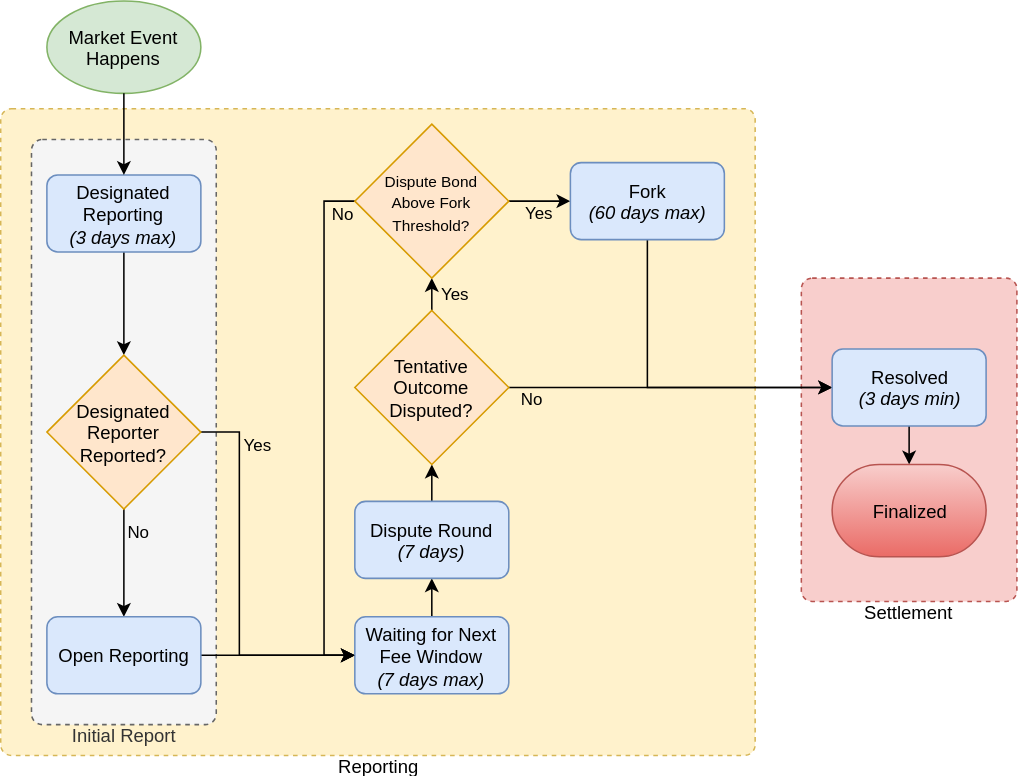
msagansk/Augur.Guide keeps this draw.io diagram as assets/images/Reporting Flowchart.svg. Above is the earlier version. Source tidied: cells renumbered, new cells last; positions are measured from the earlier drawing's top-left corner, leaving out a move shared by most shapes. Source of this version:
```xml
<mxGraphModel>
  <root>
    <mxCell id="0" />
    <mxCell id="1" parent="0" />
    <mxCell id="2" value="Settlement&lt;br&gt;" style="rounded=1;whiteSpace=wrap;html=1;absoluteArcSize=1;arcSize=14;strokeWidth=1;dashed=1;spacing=-5;fillColor=#f8cecc;strokeColor=#b85450;labelPosition=center;verticalLabelPosition=bottom;align=center;verticalAlign=top;" parent="1" vertex="1">
      <mxGeometry x="520" y="180" width="140" height="210" as="geometry" />
    </mxCell>
    <mxCell id="3" value="Market Event Happens" style="strokeWidth=1;html=1;shape=mxgraph.flowchart.start_1;whiteSpace=wrap;fillColor=#d5e8d4;strokeColor=#82b366;" parent="1" vertex="1">
      <mxGeometry x="30" width="100" height="60" as="geometry" />
    </mxCell>
    <mxCell id="4" value="Reporting" style="rounded=1;whiteSpace=wrap;html=1;absoluteArcSize=1;arcSize=14;strokeWidth=1;fillColor=#fff2cc;strokeColor=#d6b656;labelPosition=center;verticalLabelPosition=bottom;align=center;verticalAlign=top;dashed=1;spacing=-5;" parent="1" vertex="1">
      <mxGeometry y="70" width="490" height="420" as="geometry" />
    </mxCell>
    <mxCell id="5" value="Initial Report&lt;br&gt;" style="rounded=1;whiteSpace=wrap;html=1;absoluteArcSize=1;arcSize=14;strokeWidth=1;dashed=1;spacing=-5;fillColor=#f5f5f5;strokeColor=#666666;fontColor=#333333;labelPosition=center;verticalLabelPosition=bottom;align=center;verticalAlign=top;" parent="1" vertex="1">
      <mxGeometry x="20" y="90" width="120" height="380" as="geometry" />
    </mxCell>
    <mxCell id="6" style="edgeStyle=orthogonalEdgeStyle;rounded=0;jettySize=auto;html=1;exitX=0.5;exitY=1;exitDx=0;exitDy=0;entryX=0.5;entryY=0;entryDx=0;entryDy=0;entryPerimeter=0;strokeWidth=1;" parent="1" edge="1" source="7" target="11">
      <mxGeometry relative="1" as="geometry" />
    </mxCell>
    <mxCell id="7" value="Designated Reporting&lt;br&gt;&lt;i&gt;(3 days max)&lt;/i&gt;&lt;br&gt;" style="rounded=1;whiteSpace=wrap;html=1;absoluteArcSize=1;arcSize=14;strokeWidth=1;fillColor=#dae8fc;strokeColor=#6c8ebf;" parent="1" vertex="1">
      <mxGeometry x="30" y="113" width="100" height="50" as="geometry" />
    </mxCell>
    <mxCell id="8" style="edgeStyle=orthogonalEdgeStyle;rounded=0;jettySize=auto;html=1;exitX=0.5;exitY=1;exitDx=0;exitDy=0;exitPerimeter=0;entryX=0.5;entryY=0;entryDx=0;entryDy=0;strokeWidth=1;" parent="1" edge="1" source="3" target="7">
      <mxGeometry relative="1" as="geometry" />
    </mxCell>
    <mxCell id="9" value="No" style="edgeStyle=orthogonalEdgeStyle;rounded=0;jettySize=auto;html=1;exitX=0.5;exitY=1;exitDx=0;exitDy=0;exitPerimeter=0;entryX=0.5;entryY=0;entryDx=0;entryDy=0;strokeWidth=1;spacingLeft=20;labelBackgroundColor=none;spacingBottom=40;" parent="1" edge="1" source="11" target="13">
      <mxGeometry relative="1" as="geometry">
        <Array as="points">
          <mxPoint x="80" y="350" />
          <mxPoint x="80" y="350" />
        </Array>
      </mxGeometry>
    </mxCell>
    <mxCell id="10" value="Yes" style="edgeStyle=orthogonalEdgeStyle;rounded=0;jettySize=auto;html=1;exitX=1;exitY=0.5;exitDx=0;exitDy=0;exitPerimeter=0;entryX=0;entryY=0.5;entryDx=0;entryDy=0;labelBackgroundColor=none;spacingLeft=25;spacingBottom=180;" parent="1" edge="1" source="11" target="15">
      <mxGeometry relative="1" as="geometry">
        <Array as="points">
          <mxPoint x="155" y="280" />
          <mxPoint x="155" y="425" />
        </Array>
      </mxGeometry>
    </mxCell>
    <mxCell id="11" value="Designated Reporter Reported?" style="strokeWidth=1;html=1;shape=mxgraph.flowchart.decision;whiteSpace=wrap;fillColor=#ffe6cc;strokeColor=#d79b00;" parent="1" vertex="1">
      <mxGeometry x="30" y="230" width="100" height="100" as="geometry" />
    </mxCell>
    <mxCell id="12" style="edgeStyle=orthogonalEdgeStyle;rounded=0;jettySize=auto;html=1;exitX=1;exitY=0.5;exitDx=0;exitDy=0;entryX=0;entryY=0.5;entryDx=0;entryDy=0;" parent="1" edge="1" source="13" target="15">
      <mxGeometry relative="1" as="geometry" />
    </mxCell>
    <mxCell id="13" value="Open Reporting&lt;br&gt;" style="rounded=1;whiteSpace=wrap;html=1;absoluteArcSize=1;arcSize=14;strokeWidth=1;fillColor=#dae8fc;strokeColor=#6c8ebf;" parent="1" vertex="1">
      <mxGeometry x="30" y="400" width="100" height="50" as="geometry" />
    </mxCell>
    <mxCell id="14" style="edgeStyle=orthogonalEdgeStyle;rounded=0;jettySize=auto;html=1;exitX=0.5;exitY=0;exitDx=0;exitDy=0;entryX=0.5;entryY=1;entryDx=0;entryDy=0;labelBackgroundColor=none;" parent="1" edge="1" source="15" target="17">
      <mxGeometry relative="1" as="geometry" />
    </mxCell>
    <mxCell id="15" value="Waiting for Next Fee Window&lt;br&gt;&lt;i&gt;(7 days max)&lt;/i&gt;&lt;br&gt;" style="rounded=1;whiteSpace=wrap;html=1;absoluteArcSize=1;arcSize=14;strokeWidth=1;fillColor=#dae8fc;strokeColor=#6c8ebf;" parent="1" vertex="1">
      <mxGeometry x="230" y="400" width="100" height="50" as="geometry" />
    </mxCell>
    <mxCell id="16" style="edgeStyle=orthogonalEdgeStyle;rounded=0;jettySize=auto;html=1;exitX=0.5;exitY=0;exitDx=0;exitDy=0;entryX=0.5;entryY=1;entryDx=0;entryDy=0;entryPerimeter=0;labelBackgroundColor=none;" parent="1" edge="1" source="17" target="20">
      <mxGeometry relative="1" as="geometry" />
    </mxCell>
    <mxCell id="17" value="Dispute Round&lt;br&gt;&lt;i&gt;(7 days)&lt;/i&gt;&lt;br&gt;" style="rounded=1;whiteSpace=wrap;html=1;absoluteArcSize=1;arcSize=14;strokeWidth=1;fillColor=#dae8fc;strokeColor=#6c8ebf;" parent="1" vertex="1">
      <mxGeometry x="230" y="325" width="100" height="50" as="geometry" />
    </mxCell>
    <mxCell id="18" value="Yes" style="edgeStyle=orthogonalEdgeStyle;rounded=0;jettySize=auto;html=1;exitX=0.5;exitY=0;exitDx=0;exitDy=0;exitPerimeter=0;entryX=0.5;entryY=1;entryDx=0;entryDy=0;entryPerimeter=0;labelBackgroundColor=none;spacingLeft=30;" parent="1" edge="1" source="20" target="23">
      <mxGeometry relative="1" as="geometry" />
    </mxCell>
    <mxCell id="19" value="No" style="edgeStyle=orthogonalEdgeStyle;rounded=0;jettySize=auto;html=1;exitX=1;exitY=0.5;exitDx=0;exitDy=0;exitPerimeter=0;entryX=0;entryY=0.5;entryDx=0;entryDy=0;labelBackgroundColor=none;spacingTop=15;spacingRight=180;" parent="1" edge="1" source="20" target="27">
      <mxGeometry relative="1" as="geometry" />
    </mxCell>
    <mxCell id="20" value="Tentative Outcome Disputed?" style="strokeWidth=1;html=1;shape=mxgraph.flowchart.decision;whiteSpace=wrap;fillColor=#ffe6cc;strokeColor=#d79b00;" parent="1" vertex="1">
      <mxGeometry x="230" y="201" width="100" height="100" as="geometry" />
    </mxCell>
    <mxCell id="21" value="No" style="edgeStyle=orthogonalEdgeStyle;rounded=0;jettySize=auto;html=1;exitX=0;exitY=0.5;exitDx=0;exitDy=0;exitPerimeter=0;entryX=0;entryY=0.5;entryDx=0;entryDy=0;labelBackgroundColor=none;gradientColor=#7ea6e0;fillColor=#dae8fc;strokeColor=#000000;spacingBottom=280;spacingLeft=25;" parent="1" edge="1" source="23" target="15">
      <mxGeometry relative="1" as="geometry" />
    </mxCell>
    <mxCell id="22" value="Yes" style="edgeStyle=orthogonalEdgeStyle;rounded=0;jettySize=auto;html=1;exitX=1;exitY=0.5;exitDx=0;exitDy=0;exitPerimeter=0;entryX=0;entryY=0.5;entryDx=0;entryDy=0;labelBackgroundColor=none;spacingTop=15;" parent="1" edge="1" source="23" target="25">
      <mxGeometry relative="1" as="geometry" />
    </mxCell>
    <mxCell id="23" value="&lt;font style=&quot;font-size: 10px&quot;&gt;Dispute Bond &lt;br&gt;Above Fork Threshold?&lt;/font&gt;" style="strokeWidth=1;html=1;shape=mxgraph.flowchart.decision;whiteSpace=wrap;fillColor=#ffe6cc;strokeColor=#d79b00;" parent="1" vertex="1">
      <mxGeometry x="230" y="80" width="100" height="100" as="geometry" />
    </mxCell>
    <mxCell id="24" style="edgeStyle=orthogonalEdgeStyle;rounded=0;jettySize=auto;html=1;exitX=0.5;exitY=1;exitDx=0;exitDy=0;entryX=0;entryY=0.5;entryDx=0;entryDy=0;labelBackgroundColor=none;spacingTop=20;" parent="1" edge="1" source="25" target="27">
      <mxGeometry relative="1" as="geometry" />
    </mxCell>
    <mxCell id="25" value="Fork&lt;br&gt;&lt;i&gt;(60 days max)&lt;/i&gt;&lt;br&gt;" style="rounded=1;whiteSpace=wrap;html=1;absoluteArcSize=1;arcSize=14;strokeWidth=1;fillColor=#dae8fc;strokeColor=#6c8ebf;" parent="1" vertex="1">
      <mxGeometry x="370" y="105" width="100" height="50" as="geometry" />
    </mxCell>
    <mxCell id="26" style="edgeStyle=orthogonalEdgeStyle;rounded=0;jettySize=auto;html=1;exitX=0.5;exitY=1;exitDx=0;exitDy=0;entryX=0.5;entryY=0;entryDx=0;entryDy=0;labelBackgroundColor=none;" parent="1" edge="1" source="27">
      <mxGeometry relative="1" as="geometry">
        <mxPoint x="590" y="301" as="targetPoint" />
      </mxGeometry>
    </mxCell>
    <mxCell id="27" value="Resolved&lt;br&gt;&lt;i&gt;(3 days min)&lt;/i&gt;&lt;br&gt;" style="rounded=1;whiteSpace=wrap;html=1;absoluteArcSize=1;arcSize=14;strokeWidth=1;fillColor=#dae8fc;strokeColor=#6c8ebf;" parent="1" vertex="1">
      <mxGeometry x="540" y="226" width="100" height="50" as="geometry" />
    </mxCell>
    <mxCell id="28" value="Finalized" style="strokeWidth=1;html=1;shape=mxgraph.flowchart.terminator;whiteSpace=wrap;fillColor=#f8cecc;strokeColor=#b85450;gradientColor=#ea6b66;" parent="1" vertex="1">
      <mxGeometry x="540" y="301" width="100" height="60" as="geometry" />
    </mxCell>
  </root>
</mxGraphModel>
```
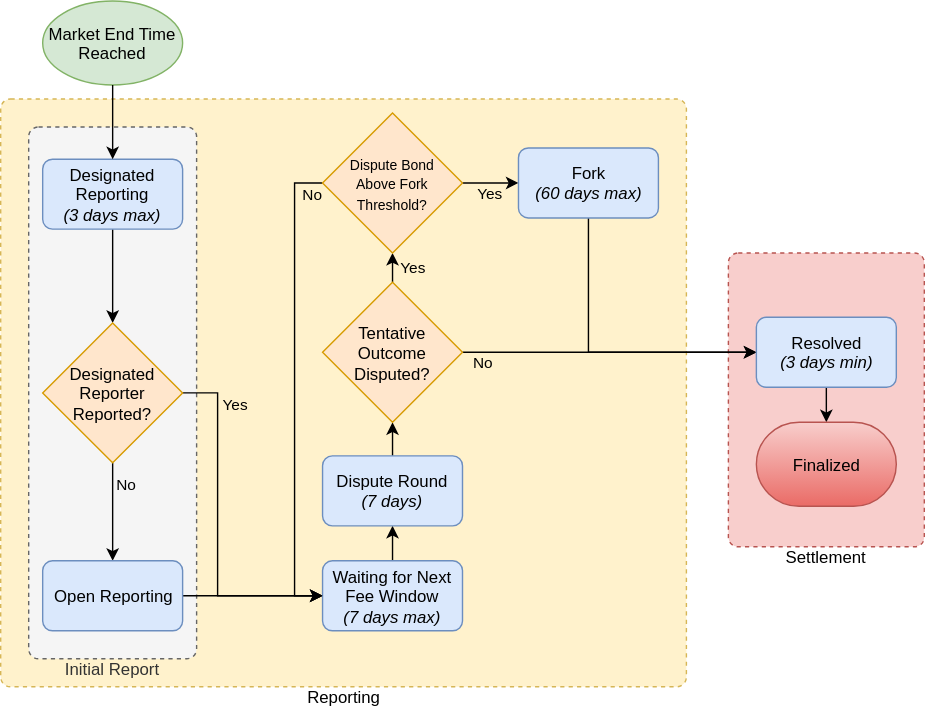
Later version of the same file.

Change to the diagram source:
```diff
@@ -5,7 +5,7 @@
     <mxCell id="2" value="Settlement&lt;br&gt;" style="rounded=1;whiteSpace=wrap;html=1;absoluteArcSize=1;arcSize=14;strokeWidth=1;dashed=1;spacing=-5;fillColor=#f8cecc;strokeColor=#b85450;labelPosition=center;verticalLabelPosition=bottom;align=center;verticalAlign=top;" parent="1" vertex="1">
       <mxGeometry x="520" y="180" width="140" height="210" as="geometry" />
     </mxCell>
-    <mxCell id="3" value="Market Event Happens" style="strokeWidth=1;html=1;shape=mxgraph.flowchart.start_1;whiteSpace=wrap;fillColor=#d5e8d4;strokeColor=#82b366;" parent="1" vertex="1">
+    <mxCell id="3" value="Market End Time Reached" style="strokeWidth=1;html=1;shape=mxgraph.flowchart.start_1;whiteSpace=wrap;fillColor=#d5e8d4;strokeColor=#82b366;" parent="1" vertex="1">
       <mxGeometry x="30" width="100" height="60" as="geometry" />
     </mxCell>
     <mxCell id="4" value="Reporting" style="rounded=1;whiteSpace=wrap;html=1;absoluteArcSize=1;arcSize=14;strokeWidth=1;fillColor=#fff2cc;strokeColor=#d6b656;labelPosition=center;verticalLabelPosition=bottom;align=center;verticalAlign=top;dashed=1;spacing=-5;" parent="1" vertex="1">
```
